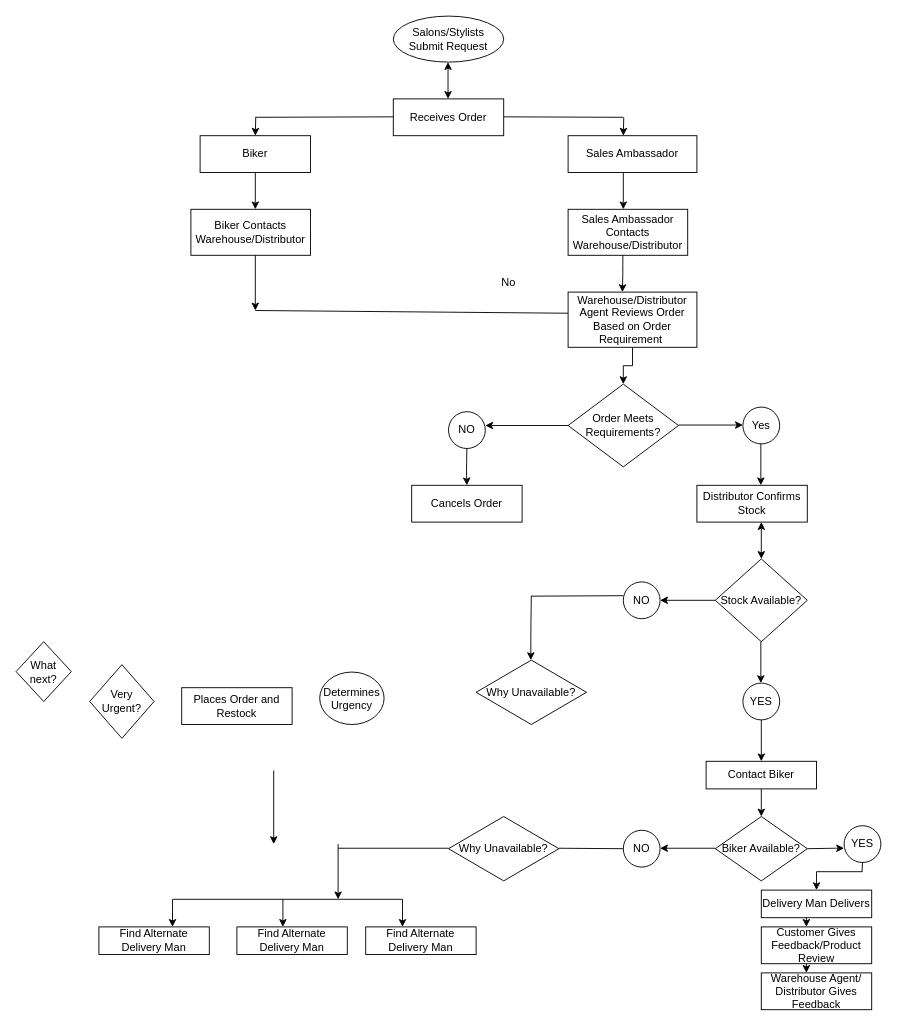
Meiyoure/ddl_internship_quiz keeps this draw.io diagram as Untitled Diagram.drawio. Above is the earlier version. Source tidied: cells renumbered, new cells numbered last; positions are measured from the earlier drawing's top-left corner, leaving out a move shared by most shapes. Both pictures are drawn from the tidied source at 92%, with x=0, y=0 at pixel (16, 16).
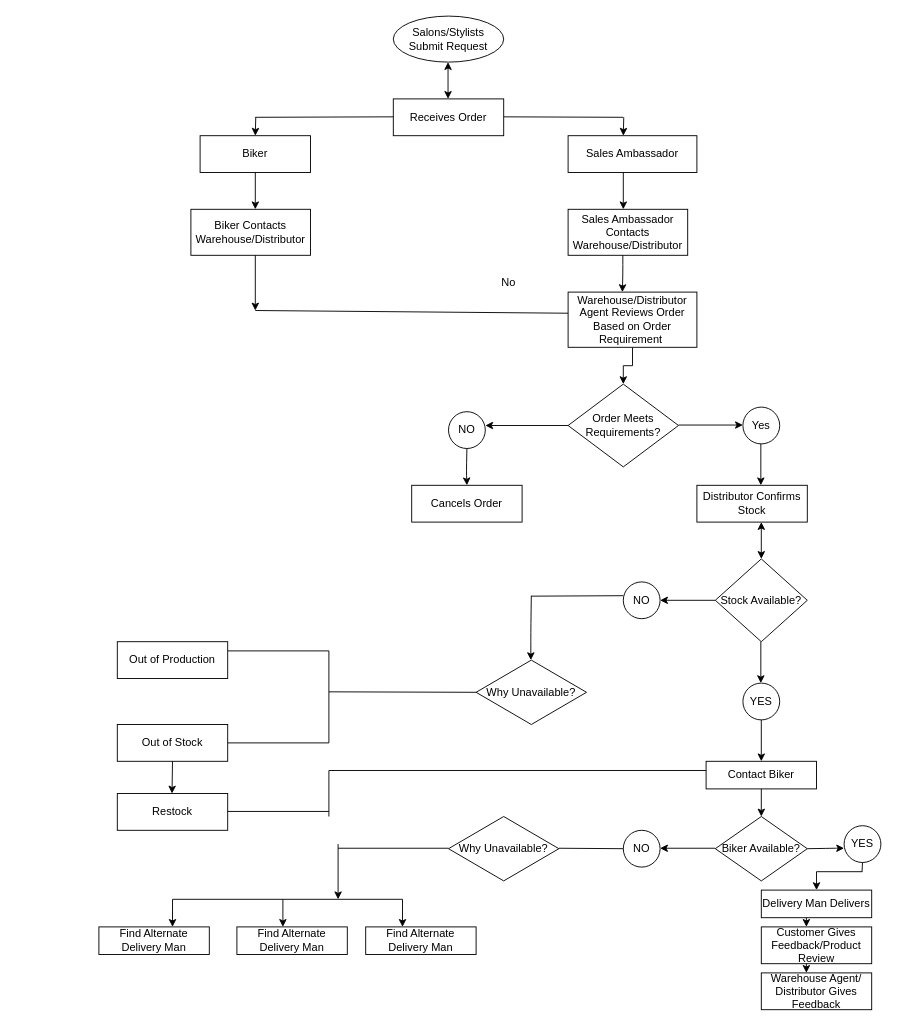
The same diagram, later.

The change refers to these unchanged cells:
```xml
<mxCell id="22" value="Why Unavailable?" style="rhombus;whiteSpace=wrap;html=1;" parent="1" vertex="1">
  <mxGeometry x="500" y="700" width="120" height="70" as="geometry" />
</mxCell>
```

The edit, as a diff of the source:
```diff
@@
-    <mxCell id="9" value="What next?" style="rhombus;whiteSpace=wrap;html=1;" parent="1" vertex="1">
-      <mxGeometry y="680" width="60" height="65" as="geometry" />
-    </mxCell>
@@
-    <mxCell id="11" value="Determines Urgency" style="ellipse;whiteSpace=wrap;html=1;" parent="1" vertex="1">
-      <mxGeometry x="330" y="713" width="70" height="57" as="geometry" />
-    </mxCell>
-    <mxCell id="12" value="Very Urgent?" style="rhombus;whiteSpace=wrap;html=1;" parent="1" vertex="1">
-      <mxGeometry x="80" y="705" width="70" height="80" as="geometry" />
-    </mxCell>
-    <mxCell id="13" value="Places Order and Restock" style="rounded=0;whiteSpace=wrap;html=1;" parent="1" vertex="1">
-      <mxGeometry x="180" y="730" width="120" height="40" as="geometry" />
+    <mxCell id="13" value="Out of Stock" style="rounded=0;whiteSpace=wrap;html=1;" parent="1" vertex="1">
+      <mxGeometry x="110" y="770" width="120" height="40" as="geometry" />
     </mxCell>
@@
-    <mxCell id="67" style="endArrow=classic;html=1;" parent="1" edge="1">
-      <mxGeometry relative="1" as="geometry">
-        <mxPoint x="280" y="820" as="sourcePoint" />
-        <mxPoint x="280" y="900" as="targetPoint" />
-      </mxGeometry>
-    </mxCell>
@@
+    <mxCell id="71" style="endArrow=none;html=1;entryX=0;entryY=0.5;entryDx=0;entryDy=0;" parent="1" edge="1" target="22">
+      <mxGeometry relative="1" as="geometry">
+        <mxPoint x="340" y="734.5" as="sourcePoint" />
+      </mxGeometry>
+    </mxCell>
+    <mxCell id="72" style="edgeStyle=orthogonalEdgeStyle;rounded=0;orthogonalLoop=1;jettySize=auto;html=1;exitX=0.5;exitY=1;exitDx=0;exitDy=0;" parent="1" edge="1">
+      <mxGeometry relative="1" as="geometry">
+        <mxPoint x="265" y="630" as="sourcePoint" />
+        <mxPoint x="265" y="630" as="targetPoint" />
+      </mxGeometry>
+    </mxCell>
+    <mxCell id="73" style="endArrow=none;html=1;" parent="1" edge="1">
+      <mxGeometry relative="1" as="geometry">
+        <mxPoint x="340" y="790" as="sourcePoint" />
+        <mxPoint x="340" y="690" as="targetPoint" />
+      </mxGeometry>
+    </mxCell>
+    <mxCell id="74" style="endArrow=none;html=1;" parent="1" edge="1">
+      <mxGeometry relative="1" as="geometry">
+        <mxPoint x="230" y="690" as="sourcePoint" />
+        <mxPoint x="340" y="690" as="targetPoint" />
+      </mxGeometry>
+    </mxCell>
+    <mxCell id="75" style="endArrow=none;html=1;" parent="1" edge="1">
+      <mxGeometry relative="1" as="geometry">
+        <mxPoint x="230" y="790" as="sourcePoint" />
+        <mxPoint x="340" y="790" as="targetPoint" />
+      </mxGeometry>
+    </mxCell>
+    <mxCell id="76" value="Out of Production" style="rounded=0;whiteSpace=wrap;html=1;" parent="1" vertex="1">
+      <mxGeometry x="110" y="680" width="120" height="40" as="geometry" />
+    </mxCell>
+    <mxCell id="77" value="Restock" style="rounded=0;whiteSpace=wrap;html=1;" parent="1" vertex="1">
+      <mxGeometry x="110" y="845" width="120" height="40" as="geometry" />
+    </mxCell>
+    <mxCell id="78" style="endArrow=none;html=1;" parent="1" edge="1">
+      <mxGeometry relative="1" as="geometry">
+        <mxPoint x="230" y="864.5" as="sourcePoint" />
+        <mxPoint x="340" y="864.5" as="targetPoint" />
+      </mxGeometry>
+    </mxCell>
+    <mxCell id="79" style="endArrow=none;html=1;" parent="1" edge="1">
+      <mxGeometry relative="1" as="geometry">
+        <mxPoint x="340" y="870" as="sourcePoint" />
+        <mxPoint x="340" y="820" as="targetPoint" />
+      </mxGeometry>
+    </mxCell>
+    <mxCell id="80" style="endArrow=none;html=1;" parent="1" edge="1">
+      <mxGeometry relative="1" as="geometry">
+        <mxPoint x="340" y="820" as="sourcePoint" />
+        <mxPoint x="750" y="820" as="targetPoint" />
+      </mxGeometry>
+    </mxCell>
+    <mxCell id="81" style="endArrow=classic;html=1;exitX=0.5;exitY=1;exitDx=0;exitDy=0;" parent="1" edge="1" source="13">
+      <mxGeometry relative="1" as="geometry">
+        <mxPoint x="169.5" y="845" as="targetPoint" />
+      </mxGeometry>
+    </mxCell>
```
